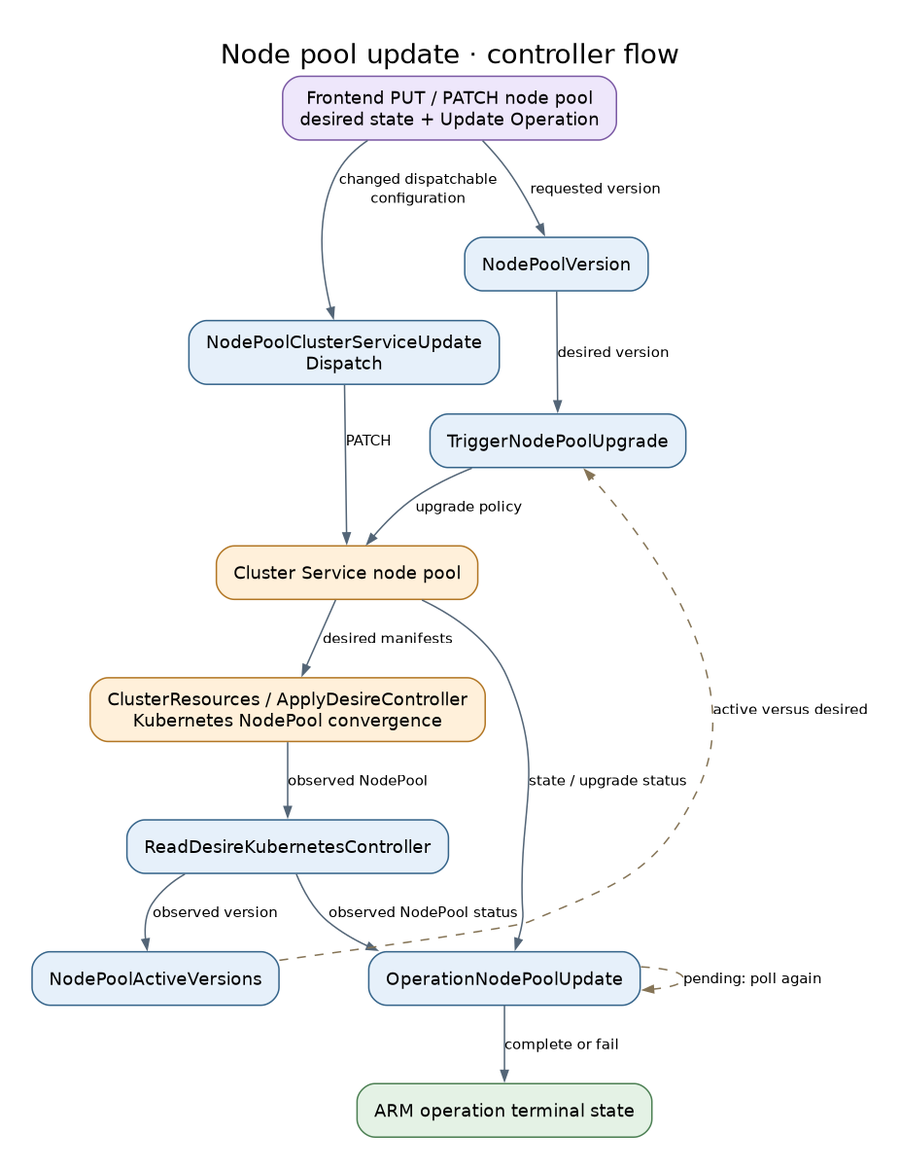
Azure/ARO-HCP keeps this Graphviz diagram as docs/diagrams/controller-flows/nodepool-update.png. Above is the earlier version. Its source is kept beside it as docs/diagrams/controller-flows/nodepool-update.dot. Its diagram source:
```dot
digraph nodepool_update {
  graph [rankdir=TB, bgcolor="white", pad="0.3", nodesep="0.4", ranksep="0.55", fontname="DejaVu Sans", fontsize=18, labelloc=t, label="Node pool update · controller flow", dpi=110];
  node [shape=box, style="rounded,filled", fillcolor="#e6f0fa", color="#35648a", fontname="DejaVu Sans", fontsize=12, margin="0.16,0.10"];
  edge [color="#536577", fontname="DejaVu Sans", fontsize=10, arrowsize=0.7];
  api [label="Frontend PUT / PATCH node pool\ndesired state + Update Operation", fillcolor="#eee7fb", color="#7b59a4"];
  dispatch [label="NodePoolClusterServiceUpdate\nDispatch", fillcolor="#e6f0fa", color="#35648a"];
  version [label="NodePoolVersion", fillcolor="#e6f0fa", color="#35648a"];
  upgrade [label="TriggerNodePoolUpgrade", fillcolor="#e6f0fa", color="#35648a"];
  cs [label="Cluster Service node pool", fillcolor="#fff0da", color="#b27624"];
  kube [label="ClusterResources / ApplyDesireController\nKubernetes NodePool convergence", fillcolor="#fff0da", color="#b27624"];
  mirror [label="ReadDesireKubernetesController", fillcolor="#e6f0fa", color="#35648a"];
  active [label="NodePoolActiveVersions", fillcolor="#e6f0fa", color="#35648a"];
  op [label="OperationNodePoolUpdate", fillcolor="#e6f0fa", color="#35648a"];
  done [label="ARM operation terminal state", fillcolor="#e4f2e5", color="#4c8053"];
  api -> dispatch [label="changed dispatchable\nconfiguration"];
  api -> version [label="requested version"];
  version -> upgrade [label="desired version"];
  dispatch -> cs [label="PATCH"];
  upgrade -> cs [label="upgrade policy"];
  cs -> kube [label="desired manifests"];
  kube -> mirror [label="observed NodePool"];
  mirror -> active [label="observed version"];
  cs -> op [label="state / upgrade status"];
  mirror -> op [label="observed NodePool status"];
  op -> done [label="complete or fail"];
  active -> upgrade [label="active versus desired", style=dashed, color="#857456", constraint=false];
  op -> op [label="pending: poll again", style=dashed, color="#857456", constraint=false];
}
```
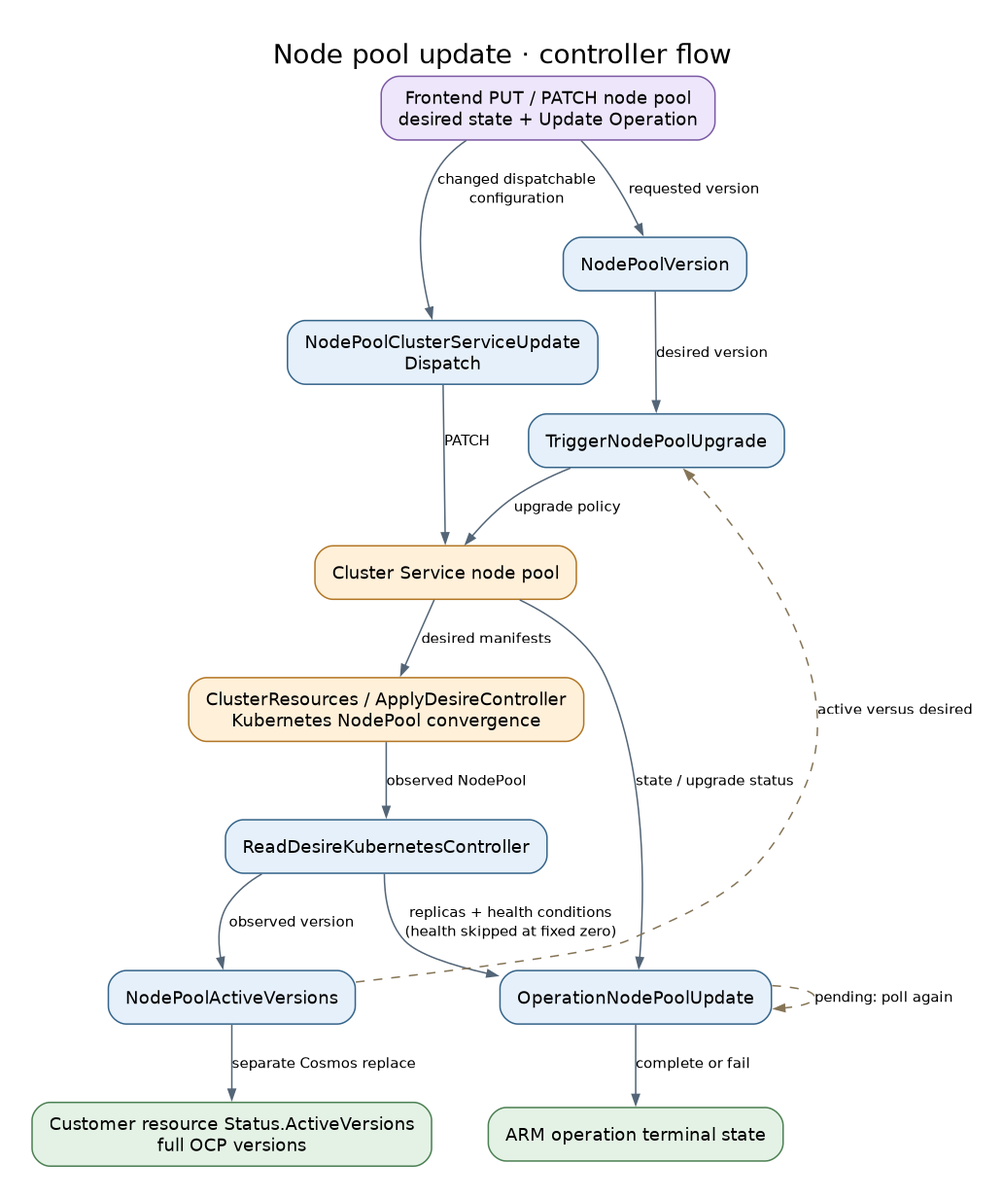
The same diagram one commit later.

Diff of the diagram source:
```diff
@@ -21,8 +21,10 @@
   kube -> mirror [label="observed NodePool"];
   mirror -> active [label="observed version"];
   cs -> op [label="state / upgrade status"];
-  mirror -> op [label="observed NodePool status"];
+  mirror -> op [label="replicas + health conditions\n(health skipped at fixed zero)"];
   op -> done [label="complete or fail"];
+  observed [label="Customer resource Status.ActiveVersions\nfull OCP versions", fillcolor="#e4f2e5", color="#4c8053"];
+  active -> observed [label="separate Cosmos replace"];
   active -> upgrade [label="active versus desired", style=dashed, color="#857456", constraint=false];
   op -> op [label="pending: poll again", style=dashed, color="#857456", constraint=false];
 }
```
